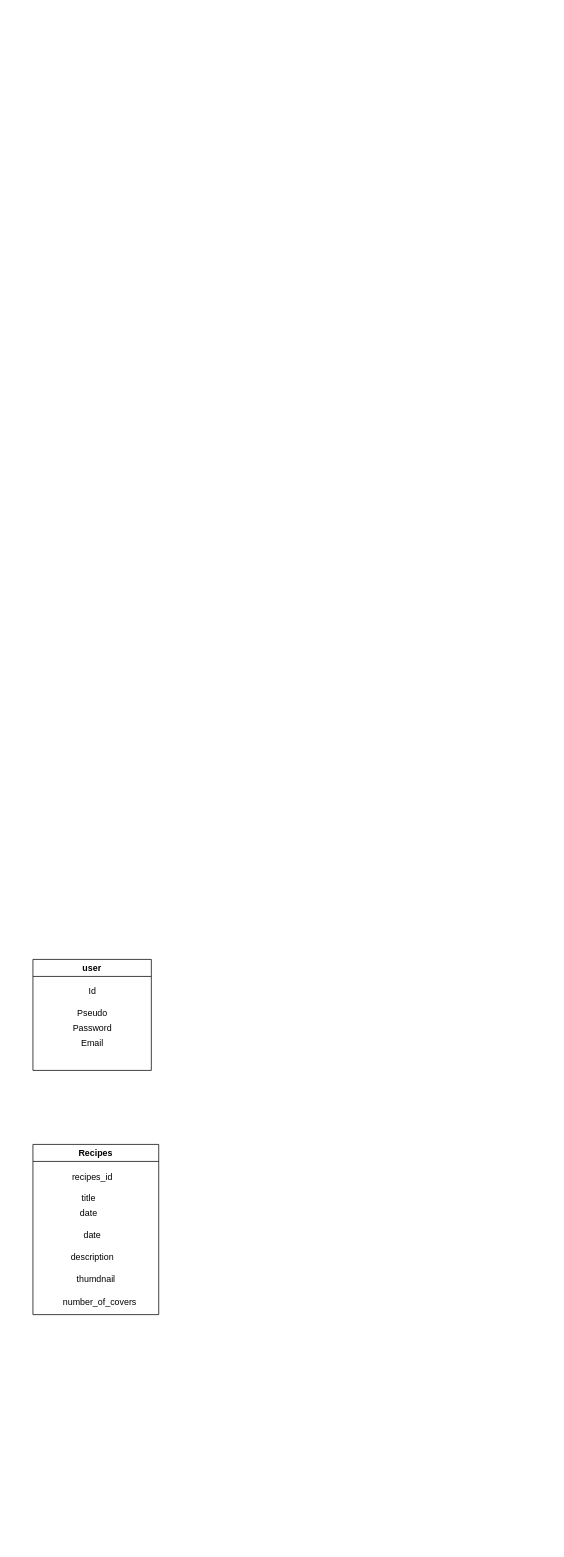
The draw.io diagram Reccettes-cuisin.drawio in achahbounehamid/projet-reccettes-cuisine, before the edit. Source tidied: cells renumbered, new cells numbered last; positions are measured from the earlier drawing's top-left corner, leaving out a move shared by most shapes. Both pictures are drawn from the tidied source at 74%, with x=0, y=0 at pixel (33, 959).
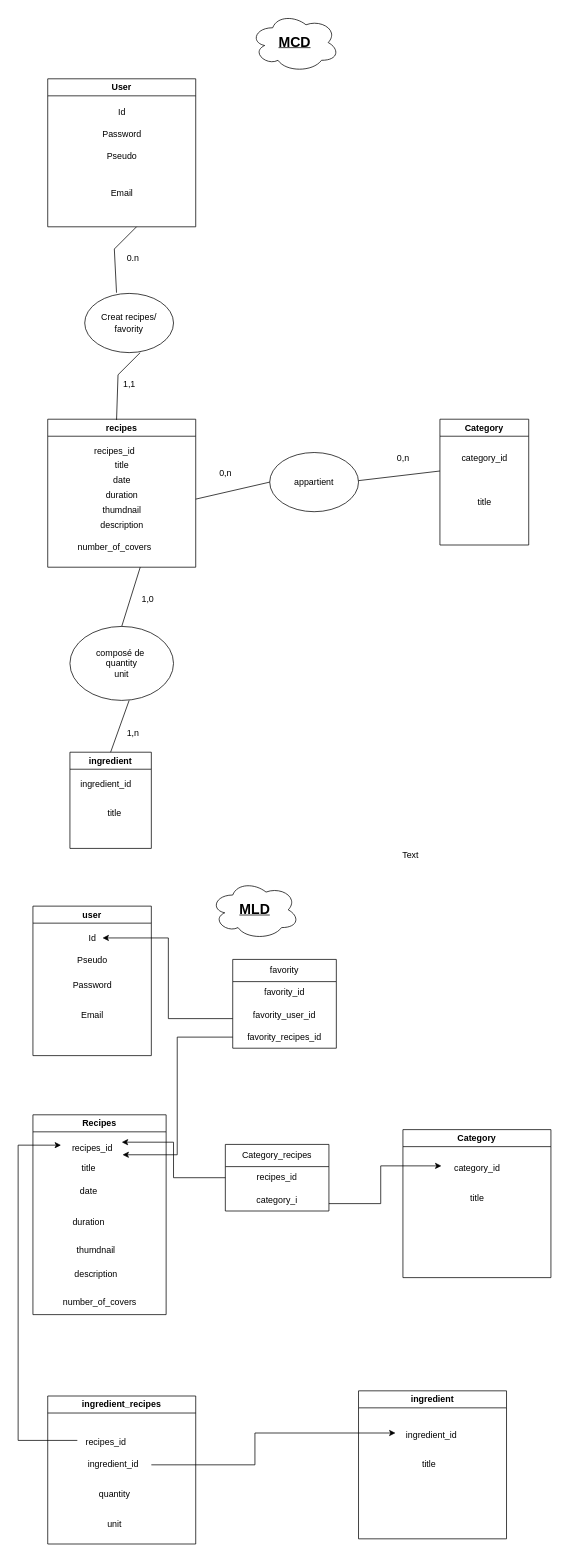
After the change.

Commit message (it also covers changes not shown here):
Mettre à jour Reccettes-cuisin.drawio

Unchanged cells that the change refers to:
```xml
<mxCell id="8" value="recipes_id" style="text;html=1;align=center;verticalAlign=middle;points=[];strokeColor=none;fillColor=none;" parent="7" vertex="1">
  <mxGeometry x="40" y="30" width="80" height="30" as="geometry" />
</mxCell>
```

The edit, as a diff of the source:
```diff
@@
     <mxCell id="2" value="user" style="swimlane;whiteSpace=wrap;html=1;" parent="1" vertex="1">
-      <mxGeometry width="160" height="150" as="geometry" />
+      <mxGeometry y="-72" width="160" height="202" as="geometry" />
     </mxCell>
@@
+    <mxCell id="5" value="Password" style="text;html=1;align=center;verticalAlign=middle;strokeColor=none;fillColor=none;" parent="2" vertex="1">
+      <mxGeometry x="40" y="92" width="80" height="30" as="geometry" />
+    </mxCell>
-    <mxCell id="4" value="Id" style="text;html=1;align=center;verticalAlign=middle;points=[];strokeColor=none;fillColor=none;" parent="1" vertex="1">
+    <mxCell id="4" value="Id" style="text;html=1;align=center;verticalAlign=middle;points=[];strokeColor=none;fillColor=none;" parent="2" vertex="1">
       <mxGeometry x="65" y="28" width="30" height="30" as="geometry" />
     </mxCell>
-    <mxCell id="5" value="Password" style="text;html=1;align=center;verticalAlign=middle;strokeColor=none;fillColor=none;" parent="1" vertex="1">
-      <mxGeometry x="40" y="78" width="80" height="30" as="geometry" />
-    </mxCell>
-    <mxCell id="6" value="Email" style="text;html=1;align=center;verticalAlign=middle;strokeColor=none;fillColor=none;" parent="1" vertex="1">
-      <mxGeometry x="55" y="98" width="50" height="30" as="geometry" />
+    <mxCell id="6" value="Email" style="text;html=1;align=center;verticalAlign=middle;strokeColor=none;fillColor=none;" parent="2" vertex="1">
+      <mxGeometry x="55" y="132" width="50" height="30" as="geometry" />
     </mxCell>
     <mxCell id="7" value="Recipes" style="swimlane;whiteSpace=wrap;html=1;" parent="1" vertex="1">
-      <mxGeometry y="250" width="170" height="230" as="geometry" />
+      <mxGeometry y="210" width="180" height="270" as="geometry" />
     </mxCell>
@@
+    <mxCell id="13" value="description" style="text;html=1;align=center;verticalAlign=middle;strokeColor=none;fillColor=none;" parent="7" vertex="1">
+      <mxGeometry x="45" y="200" width="80" height="30" as="geometry" />
+    </mxCell>
-    <mxCell id="11" value="date" style="text;html=1;align=center;verticalAlign=middle;strokeColor=none;fillColor=none;" parent="1" vertex="1">
-      <mxGeometry x="50" y="328" width="50" height="30" as="geometry" />
+    <mxCell id="11" value="date" style="text;html=1;align=center;verticalAlign=middle;strokeColor=none;fillColor=none;" parent="7" vertex="1">
+      <mxGeometry x="50" y="88" width="50" height="30" as="geometry" />
     </mxCell>
-    <mxCell id="12" value="date" style="text;html=1;align=center;verticalAlign=middle;strokeColor=none;fillColor=none;" parent="1" vertex="1">
-      <mxGeometry x="55" y="358" width="50" height="30" as="geometry" />
+    <mxCell id="12" value="duration" style="text;html=1;align=center;verticalAlign=middle;strokeColor=none;fillColor=none;" parent="7" vertex="1">
+      <mxGeometry x="40" y="130" width="70" height="30" as="geometry" />
     </mxCell>
-    <mxCell id="13" value="description" style="text;html=1;align=center;verticalAlign=middle;strokeColor=none;fillColor=none;" parent="1" vertex="1">
-      <mxGeometry x="40" y="388" width="80" height="30" as="geometry" />
-    </mxCell>
@@
+    <mxCell id="15" value="Category" style="swimlane;whiteSpace=wrap;html=1;" parent="1" vertex="1">
+      <mxGeometry x="500" y="230" width="200" height="200" as="geometry" />
+    </mxCell>
+    <mxCell id="16" value="category_id" style="text;html=1;align=center;verticalAlign=middle;points=[];strokeColor=none;fillColor=none;" parent="1" vertex="1">
+      <mxGeometry x="555" y="268" width="90" height="30" as="geometry" />
+    </mxCell>
+    <mxCell id="17" value="title" style="text;html=1;align=center;verticalAlign=middle;strokeColor=none;fillColor=none;" parent="1" vertex="1">
+      <mxGeometry x="580" y="308" width="40" height="30" as="geometry" />
+    </mxCell>
+    <mxCell id="18" value="Category_recipes" style="swimlane;fontStyle=0;horizontal=1;startSize=30;whiteSpace=wrap;html=1;" parent="1" vertex="1">
+      <mxGeometry x="260" y="250" width="140" height="90" as="geometry" />
+    </mxCell>
+    <mxCell id="19" value="recipes_id" style="text;strokeColor=none;fillColor=none;align=center;verticalAlign=middle;spacingLeft=4;spacingRight=4;overflow=hidden;points=[[0,0.5],[1,0.5]];portConstraint=eastwest;whiteSpace=wrap;html=1;" parent="18" vertex="1">
+      <mxGeometry y="30" width="140" height="30" as="geometry" />
+    </mxCell>
+    <mxCell id="20" value="category_i" style="text;strokeColor=none;fillColor=none;align=center;verticalAlign=middle;spacingLeft=4;spacingRight=4;overflow=hidden;points=[[0,0.5],[1,0.5]];portConstraint=eastwest;whiteSpace=wrap;html=1;" parent="18" vertex="1">
+      <mxGeometry y="60" width="140" height="30" as="geometry" />
+    </mxCell>
+    <mxCell id="21" style="edgeStyle=orthogonalEdgeStyle;rounded=0;jettySize=auto;html=1;entryX=-0.033;entryY=0.367;entryDx=0;entryDy=0;entryPerimeter=0;" parent="1" edge="1" source="20" target="16">
+      <mxGeometry relative="1" as="geometry">
+        <Array as="points">
+          <mxPoint x="470" y="330" />
+          <mxPoint x="470" y="279" />
+        </Array>
+      </mxGeometry>
+    </mxCell>
+    <mxCell id="22" style="edgeStyle=orthogonalEdgeStyle;rounded=0;jettySize=auto;html=1;entryX=1;entryY=0.233;entryDx=0;entryDy=0;entryPerimeter=0;" parent="1" edge="1" source="19" target="8">
+      <mxGeometry relative="1" as="geometry" />
+    </mxCell>
+    <mxCell id="23" value="favority" style="swimlane;fontStyle=0;horizontal=1;startSize=30;whiteSpace=wrap;html=1;" parent="1" vertex="1">
+      <mxGeometry x="270" width="140" height="120" as="geometry" />
+    </mxCell>
+    <mxCell id="24" value="favority_id" style="text;strokeColor=none;fillColor=none;align=center;verticalAlign=middle;spacingLeft=4;spacingRight=4;overflow=hidden;whiteSpace=wrap;html=1;" parent="23" vertex="1">
+      <mxGeometry y="30" width="140" height="30" as="geometry" />
+    </mxCell>
+    <mxCell id="25" value="favority_user_id" style="text;strokeColor=none;fillColor=none;align=center;verticalAlign=middle;spacingLeft=4;spacingRight=4;overflow=hidden;points=[[0,0.5],[1,0.5]];portConstraint=eastwest;whiteSpace=wrap;html=1;" parent="23" vertex="1">
+      <mxGeometry y="60" width="140" height="30" as="geometry" />
+    </mxCell>
+    <mxCell id="26" value="favority_recipes_id" style="text;strokeColor=none;fillColor=none;align=center;verticalAlign=middle;spacingLeft=4;spacingRight=4;overflow=hidden;points=[[0,0.5],[1,0.5]];portConstraint=eastwest;whiteSpace=wrap;html=1;" parent="23" vertex="1">
+      <mxGeometry y="90" width="140" height="30" as="geometry" />
+    </mxCell>
+    <mxCell id="27" style="edgeStyle=orthogonalEdgeStyle;rounded=0;jettySize=auto;html=1;entryX=-0.025;entryY=0.367;entryDx=0;entryDy=0;entryPerimeter=0;exitX=0;exitY=0.4;exitDx=0;exitDy=0;exitPerimeter=0;" parent="1" edge="1" source="29" target="8">
+      <mxGeometry relative="1" as="geometry">
+        <Array as="points">
+          <mxPoint x="-20" y="650" />
+          <mxPoint x="-20" y="251" />
+        </Array>
+      </mxGeometry>
+    </mxCell>
+    <mxCell id="28" value="ingredient_recipes" style="swimlane;whiteSpace=wrap;html=1;" parent="1" vertex="1">
+      <mxGeometry x="20" y="590" width="200" height="200" as="geometry" />
+    </mxCell>
+    <mxCell id="29" value="recipes_id&amp;nbsp;" style="text;html=1;align=center;verticalAlign=middle;points=[];strokeColor=none;fillColor=none;" parent="1" vertex="1">
+      <mxGeometry x="60" y="638" width="80" height="30" as="geometry" />
+    </mxCell>
+    <mxCell id="30" style="edgeStyle=orthogonalEdgeStyle;rounded=0;jettySize=auto;html=1;" parent="1" edge="1" source="31" target="36">
+      <mxGeometry relative="1" as="geometry">
+        <Array as="points">
+          <mxPoint x="300" y="683" />
+          <mxPoint x="300" y="640" />
+        </Array>
+      </mxGeometry>
+    </mxCell>
+    <mxCell id="31" value="ingredient_id&amp;nbsp;" style="text;html=1;align=center;verticalAlign=middle;points=[];strokeColor=none;fillColor=none;" parent="1" vertex="1">
+      <mxGeometry x="60" y="668" width="100" height="30" as="geometry" />
+    </mxCell>
+    <mxCell id="32" value="quantity" style="text;html=1;align=center;verticalAlign=middle;strokeColor=none;fillColor=none;" parent="1" vertex="1">
+      <mxGeometry x="75" y="708" width="70" height="30" as="geometry" />
+    </mxCell>
+    <mxCell id="33" value="unit" style="text;html=1;align=center;verticalAlign=middle;strokeColor=none;fillColor=none;" parent="1" vertex="1">
+      <mxGeometry x="90" y="748" width="40" height="30" as="geometry" />
+    </mxCell>
+    <mxCell id="34" value="ingredient" style="swimlane;whiteSpace=wrap;html=1;" parent="1" vertex="1">
+      <mxGeometry x="440" y="583" width="200" height="200" as="geometry" />
+    </mxCell>
+    <mxCell id="35" value="title" style="text;html=1;align=center;verticalAlign=middle;strokeColor=none;fillColor=none;" parent="34" vertex="1">
+      <mxGeometry x="75" y="85" width="40" height="30" as="geometry" />
+    </mxCell>
+    <mxCell id="36" value="ingredient_id&amp;nbsp;" style="text;html=1;align=center;verticalAlign=middle;points=[];strokeColor=none;fillColor=none;" parent="1" vertex="1">
+      <mxGeometry x="490" y="628" width="100" height="30" as="geometry" />
+    </mxCell>
+    <mxCell id="37" style="edgeStyle=orthogonalEdgeStyle;rounded=0;jettySize=auto;html=1;entryX=0.967;entryY=0.5;entryDx=0;entryDy=0;entryPerimeter=0;" parent="1" edge="1" source="25" target="4">
+      <mxGeometry relative="1" as="geometry">
+        <Array as="points">
+          <mxPoint x="183" y="80" />
+          <mxPoint x="183" y="-29" />
+        </Array>
+      </mxGeometry>
+    </mxCell>
+    <mxCell id="38" style="edgeStyle=orthogonalEdgeStyle;rounded=0;jettySize=auto;html=1;entryX=1.013;entryY=0.8;entryDx=0;entryDy=0;entryPerimeter=0;" parent="1" edge="1" source="26" target="8">
+      <mxGeometry relative="1" as="geometry" />
+    </mxCell>
+    <mxCell id="39" value="&lt;b&gt;&lt;u&gt;&lt;font style=&quot;font-size: 19px;&quot;&gt;MLD&lt;/font&gt;&lt;/u&gt;&lt;/b&gt;" style="ellipse;shape=cloud;whiteSpace=wrap;html=1;" parent="1" vertex="1">
+      <mxGeometry x="240" y="-107" width="120" height="80" as="geometry" />
+    </mxCell>
+    <mxCell id="40" value="Text" style="text;html=1;align=center;verticalAlign=middle;strokeColor=none;fillColor=none;" parent="1" vertex="1">
+      <mxGeometry x="485" y="-155" width="50" height="30" as="geometry" />
+    </mxCell>
+    <mxCell id="41" value="&lt;b&gt;&lt;u&gt;&lt;font style=&quot;font-size: 19px;&quot;&gt;MCD&lt;/font&gt;&lt;/u&gt;&lt;/b&gt;" style="ellipse;shape=cloud;whiteSpace=wrap;html=1;" parent="1" vertex="1">
+      <mxGeometry x="294" y="-1279" width="120" height="80" as="geometry" />
+    </mxCell>
+    <mxCell id="42" value="User" style="swimlane;whiteSpace=wrap;html=1;" parent="1" vertex="1">
+      <mxGeometry x="20" y="-1190" width="200" height="200" as="geometry" />
+    </mxCell>
+    <mxCell id="43" value="Password" style="text;html=1;align=center;verticalAlign=middle;strokeColor=none;fillColor=none;" parent="42" vertex="1">
+      <mxGeometry x="60" y="60" width="80" height="30" as="geometry" />
+    </mxCell>
+    <mxCell id="44" value="Id" style="text;html=1;align=center;verticalAlign=middle;strokeColor=none;fillColor=none;" parent="42" vertex="1">
+      <mxGeometry x="85" y="30" width="30" height="30" as="geometry" />
+    </mxCell>
+    <mxCell id="45" value="Pseudo" style="text;html=1;align=center;verticalAlign=middle;strokeColor=none;fillColor=none;" parent="42" vertex="1">
+      <mxGeometry x="70" y="90" width="60" height="30" as="geometry" />
+    </mxCell>
+    <mxCell id="46" value="Email" style="text;html=1;align=center;verticalAlign=middle;strokeColor=none;fillColor=none;" parent="42" vertex="1">
+      <mxGeometry x="75" y="140" width="50" height="30" as="geometry" />
+    </mxCell>
+    <mxCell id="47" value="Creat recipes/&lt;br&gt;favority" style="ellipse;whiteSpace=wrap;html=1;" parent="1" vertex="1">
+      <mxGeometry x="70" y="-900" width="120" height="80" as="geometry" />
+    </mxCell>
+    <mxCell id="48" style="endArrow=none;html=1;rounded=0;exitX=0.358;exitY=-0.012;exitDx=0;exitDy=0;exitPerimeter=0;" parent="1" edge="1" source="47">
+      <mxGeometry relative="1" as="geometry">
+        <mxPoint x="140" y="-990" as="targetPoint" />
+        <Array as="points">
+          <mxPoint x="110" y="-960" />
+        </Array>
+      </mxGeometry>
+    </mxCell>
+    <mxCell id="49" value="0.n" style="text;html=1;align=center;verticalAlign=middle;strokeColor=none;fillColor=none;" parent="1" vertex="1">
+      <mxGeometry x="115" y="-962" width="40" height="30" as="geometry" />
+    </mxCell>
+    <mxCell id="50" value="recipes" style="swimlane;whiteSpace=wrap;html=1;" parent="1" vertex="1">
+      <mxGeometry x="20" y="-730" width="200" height="200" as="geometry" />
+    </mxCell>
+    <mxCell id="51" style="endArrow=none;html=1;rounded=0;exitX=0.465;exitY=0.005;exitDx=0;exitDy=0;exitPerimeter=0;" parent="1" edge="1" source="50">
+      <mxGeometry relative="1" as="geometry">
+        <mxPoint x="145" y="-820" as="targetPoint" />
+        <Array as="points">
+          <mxPoint x="115" y="-790" />
+        </Array>
+      </mxGeometry>
+    </mxCell>
+    <mxCell id="52" value="1,1" style="text;html=1;align=center;verticalAlign=middle;strokeColor=none;fillColor=none;" parent="1" vertex="1">
+      <mxGeometry x="110" y="-792" width="40" height="30" as="geometry" />
+    </mxCell>
+    <mxCell id="53" value="recipes_id" style="text;html=1;align=center;verticalAlign=middle;strokeColor=none;fillColor=none;" parent="1" vertex="1">
+      <mxGeometry x="70" y="-702" width="80" height="30" as="geometry" />
+    </mxCell>
+    <mxCell id="54" value="title" style="text;html=1;align=center;verticalAlign=middle;strokeColor=none;fillColor=none;" parent="1" vertex="1">
+      <mxGeometry x="100" y="-682" width="40" height="30" as="geometry" />
+    </mxCell>
+    <mxCell id="55" value="date" style="text;html=1;align=center;verticalAlign=middle;strokeColor=none;fillColor=none;" parent="1" vertex="1">
+      <mxGeometry x="95" y="-662" width="50" height="30" as="geometry" />
+    </mxCell>
+    <mxCell id="56" value="duration" style="text;html=1;align=center;verticalAlign=middle;strokeColor=none;fillColor=none;" parent="1" vertex="1">
+      <mxGeometry x="85" y="-642" width="70" height="30" as="geometry" />
+    </mxCell>
+    <mxCell id="57" value="thumdnail" style="text;html=1;align=center;verticalAlign=middle;strokeColor=none;fillColor=none;" parent="1" vertex="1">
+      <mxGeometry x="80" y="-622" width="80" height="30" as="geometry" />
+    </mxCell>
+    <mxCell id="58" value="description" style="text;html=1;align=center;verticalAlign=middle;strokeColor=none;fillColor=none;" parent="1" vertex="1">
+      <mxGeometry x="80" y="-602" width="80" height="30" as="geometry" />
+    </mxCell>
+    <mxCell id="59" value="number_of_covers" style="text;html=1;align=center;verticalAlign=middle;strokeColor=none;fillColor=none;" parent="1" vertex="1">
+      <mxGeometry x="50" y="-572" width="120" height="30" as="geometry" />
+    </mxCell>
+    <mxCell id="60" value="composé de&amp;nbsp;&lt;br&gt;quantity&lt;br&gt;unit" style="ellipse;whiteSpace=wrap;html=1;" parent="1" vertex="1">
+      <mxGeometry x="50" y="-450" width="140" height="100" as="geometry" />
+    </mxCell>
+    <mxCell id="61" style="endArrow=none;html=1;rounded=0;exitX=0.5;exitY=0;exitDx=0;exitDy=0;" parent="1" edge="1" source="60">
+      <mxGeometry relative="1" as="geometry">
+        <mxPoint x="145" y="-530" as="targetPoint" />
+      </mxGeometry>
+    </mxCell>
+    <mxCell id="62" value="ingredient" style="swimlane;whiteSpace=wrap;html=1;" parent="1" vertex="1">
+      <mxGeometry x="50" y="-280" width="110" height="130" as="geometry" />
+    </mxCell>
+    <mxCell id="63" value="ingredient_id&amp;nbsp;" style="text;html=1;align=center;verticalAlign=middle;strokeColor=none;fillColor=none;" parent="1" vertex="1">
+      <mxGeometry x="50" y="-252" width="100" height="30" as="geometry" />
+    </mxCell>
+    <mxCell id="64" value="title" style="text;html=1;align=center;verticalAlign=middle;strokeColor=none;fillColor=none;" parent="1" vertex="1">
+      <mxGeometry x="90" y="-212" width="40" height="30" as="geometry" />
+    </mxCell>
+    <mxCell id="65" style="endArrow=none;html=1;rounded=0;exitX=0.5;exitY=0;exitDx=0;exitDy=0;" parent="1" edge="1" source="62">
+      <mxGeometry relative="1" as="geometry">
+        <mxPoint x="130" y="-350" as="targetPoint" />
+      </mxGeometry>
+    </mxCell>
+    <mxCell id="66" value="1,0" style="text;html=1;align=center;verticalAlign=middle;strokeColor=none;fillColor=none;" parent="1" vertex="1">
+      <mxGeometry x="135" y="-502" width="40" height="30" as="geometry" />
+    </mxCell>
+    <mxCell id="67" value="1,n" style="text;html=1;align=center;verticalAlign=middle;strokeColor=none;fillColor=none;" parent="1" vertex="1">
+      <mxGeometry x="115" y="-320" width="40" height="30" as="geometry" />
+    </mxCell>
+    <mxCell id="68" value="appartient" style="ellipse;whiteSpace=wrap;html=1;" parent="1" vertex="1">
+      <mxGeometry x="320" y="-685" width="120" height="80" as="geometry" />
+    </mxCell>
+    <mxCell id="69" value="Category" style="swimlane;whiteSpace=wrap;html=1;" parent="1" vertex="1">
+      <mxGeometry x="550" y="-730" width="120" height="170" as="geometry" />
+    </mxCell>
+    <mxCell id="70" value="category_id" style="text;html=1;align=center;verticalAlign=middle;strokeColor=none;fillColor=none;" parent="1" vertex="1">
+      <mxGeometry x="565" y="-692" width="90" height="30" as="geometry" />
+    </mxCell>
+    <mxCell id="71" value="title" style="text;html=1;align=center;verticalAlign=middle;strokeColor=none;fillColor=none;" parent="1" vertex="1">
+      <mxGeometry x="590" y="-632" width="40" height="30" as="geometry" />
+    </mxCell>
+    <mxCell id="72" style="endArrow=none;html=1;rounded=0;entryX=0;entryY=0.5;entryDx=0;entryDy=0;" parent="1" edge="1" target="68">
+      <mxGeometry relative="1" as="geometry">
+        <mxPoint x="220" y="-622" as="sourcePoint" />
+      </mxGeometry>
+    </mxCell>
+    <mxCell id="73" value="0,n" style="text;html=1;align=center;verticalAlign=middle;strokeColor=none;fillColor=none;" parent="1" vertex="1">
+      <mxGeometry x="240" y="-672" width="40" height="30" as="geometry" />
+    </mxCell>
+    <mxCell id="74" style="endArrow=none;html=1;rounded=0;" parent="1" edge="1">
+      <mxGeometry relative="1" as="geometry">
+        <mxPoint x="440" y="-647" as="sourcePoint" />
+        <mxPoint x="550" y="-660" as="targetPoint" />
+      </mxGeometry>
+    </mxCell>
+    <mxCell id="75" value="0,n" style="text;html=1;align=center;verticalAlign=middle;strokeColor=none;fillColor=none;" parent="1" vertex="1">
+      <mxGeometry x="480" y="-692" width="40" height="30" as="geometry" />
+    </mxCell>
```
